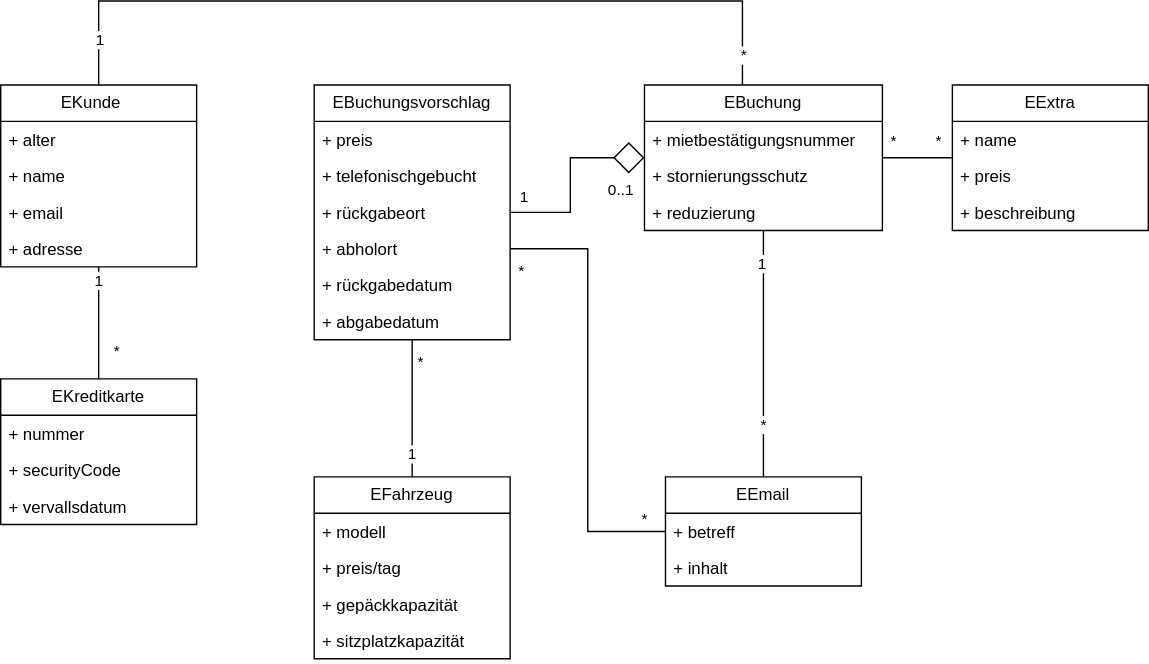
MassimiIiano/software-eng-projects-uni keeps this draw.io diagram as sw-eng-04.drawio.svg. Above is the earlier version. Source tidied: cells renumbered, new cells last; positions are measured from the earlier drawing's top-left corner, leaving out a move shared by most shapes.
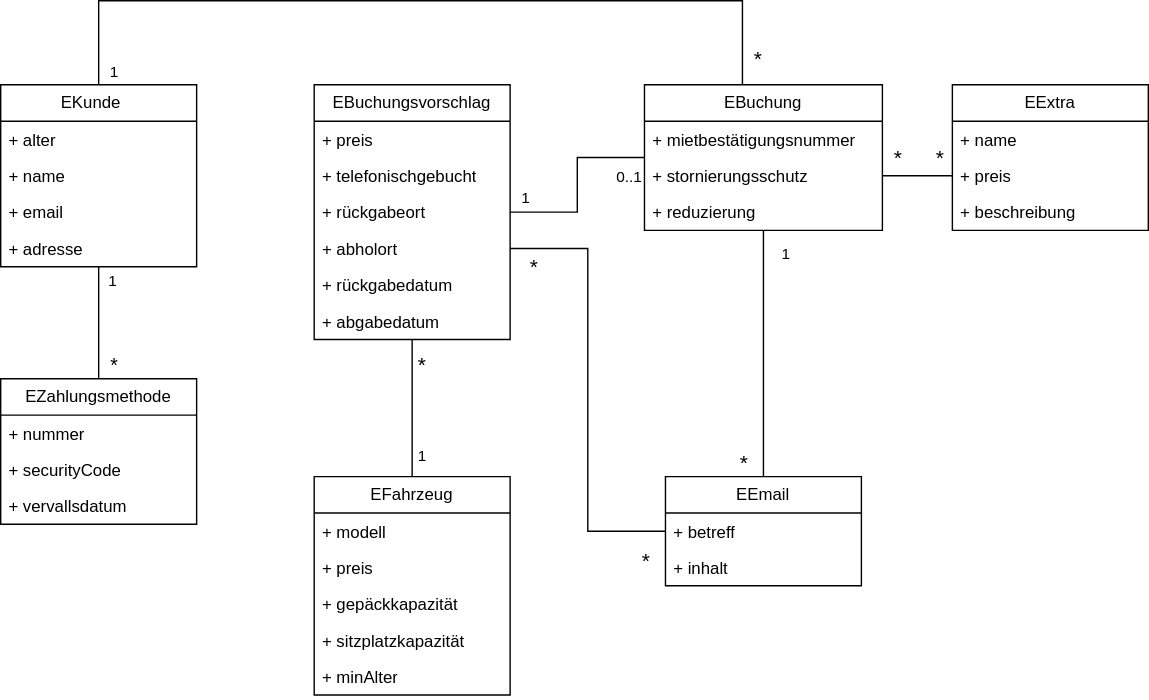
After the commit.

Change to the diagram source:
```diff
@@ -3,11 +3,11 @@
     <mxCell id="0" />
     <mxCell id="1" parent="0" />
     <mxCell id="2" value="1" style="edgeStyle=orthogonalEdgeStyle;rounded=0;jettySize=auto;html=1;endArrow=none;endFill=0;startSize=20;endSize=20;" parent="1" edge="1" source="7" target="12">
-      <mxGeometry x="-0.75" relative="1" as="geometry" />
+      <mxGeometry x="-0.75" y="10" relative="1" as="geometry" />
     </mxCell>
-    <mxCell id="3" value="*" style="edgeLabel;html=1;align=center;verticalAlign=middle;" parent="2" vertex="1">
+    <mxCell id="3" value="&lt;font style=&quot;font-size: 14px;&quot;&gt;*&lt;/font&gt;" style="edgeLabel;html=1;align=center;verticalAlign=middle;" parent="2" vertex="1">
       <mxGeometry x="0.5" y="1" relative="1" as="geometry">
-        <mxPoint x="12" as="offset" />
+        <mxPoint x="9" y="10" as="offset" />
       </mxGeometry>
     </mxCell>
     <mxCell id="4" style="edgeStyle=orthogonalEdgeStyle;shape=connector;rounded=0;jettySize=auto;html=1;strokeColor=default;align=center;verticalAlign=middle;fontFamily=Helvetica;fontSize=11;fontColor=default;labelBackgroundColor=default;endArrow=none;endFill=0;" parent="1" edge="1" source="7" target="31">
@@ -19,10 +19,14 @@
       </mxGeometry>
     </mxCell>
     <mxCell id="5" value="1" style="edgeLabel;html=1;align=center;verticalAlign=middle;fontFamily=Helvetica;fontSize=11;fontColor=default;labelBackgroundColor=default;" parent="4" vertex="1">
-      <mxGeometry x="-0.89" y="-1" relative="1" as="geometry" />
+      <mxGeometry x="-0.89" y="-1" relative="1" as="geometry">
+        <mxPoint x="9" y="22" as="offset" />
+      </mxGeometry>
     </mxCell>
-    <mxCell id="6" value="*" style="edgeLabel;html=1;align=center;verticalAlign=middle;fontFamily=Helvetica;fontSize=11;fontColor=default;labelBackgroundColor=default;" parent="4" vertex="1">
-      <mxGeometry x="0.93" y="1" relative="1" as="geometry" />
+    <mxCell id="6" value="&lt;font style=&quot;font-size: 15px;&quot;&gt;*&lt;/font&gt;" style="edgeLabel;html=1;align=center;verticalAlign=middle;fontFamily=Helvetica;fontSize=11;fontColor=default;labelBackgroundColor=default;" parent="4" vertex="1">
+      <mxGeometry x="0.93" y="1" relative="1" as="geometry">
+        <mxPoint x="9" y="1" as="offset" />
+      </mxGeometry>
     </mxCell>
     <mxCell id="7" value="EKunde&lt;span style=&quot;white-space: pre;&quot;&gt;&#9;&lt;/span&gt;" style="swimlane;fontStyle=0;horizontal=1;startSize=26;fillColor=none;whiteSpace=wrap;html=1;" parent="1" vertex="1">
       <mxGeometry y="60" width="140" height="130" as="geometry" />
@@ -39,7 +43,7 @@
     <mxCell id="11" value="+ adresse" style="text;strokeColor=none;fillColor=none;align=left;verticalAlign=top;spacingLeft=4;spacingRight=4;overflow=hidden;whiteSpace=wrap;html=1;" parent="7" vertex="1">
       <mxGeometry y="104" width="140" height="26" as="geometry" />
     </mxCell>
-    <mxCell id="12" value="EKreditkarte" style="swimlane;fontStyle=0;horizontal=1;startSize=26;fillColor=none;whiteSpace=wrap;html=1;" parent="1" vertex="1">
+    <mxCell id="12" value="EZahlungsmethode" style="swimlane;fontStyle=0;horizontal=1;startSize=26;fillColor=none;whiteSpace=wrap;html=1;" parent="1" vertex="1">
       <mxGeometry y="270" width="140" height="104" as="geometry" />
     </mxCell>
     <mxCell id="13" value="+ nummer" style="text;strokeColor=none;fillColor=none;align=left;verticalAlign=top;spacingLeft=4;spacingRight=4;overflow=hidden;whiteSpace=wrap;html=1;" parent="12" vertex="1">
@@ -76,11 +80,10 @@
       <mxGeometry relative="1" as="geometry" />
     </mxCell>
     <mxCell id="24" value="1" style="edgeLabel;html=1;align=center;verticalAlign=middle;fontFamily=Helvetica;fontSize=11;fontColor=default;labelBackgroundColor=default;" parent="23" vertex="1">
-      <mxGeometry x="0.72" y="1" relative="1" as="geometry" />
+      <mxGeometry x="0.72" y="1" relative="1" as="geometry">
+        <mxPoint x="16" y="-8" as="offset" />
+      </mxGeometry>
     </mxCell>
-    <mxCell id="25" value="*" style="edgeLabel;html=1;align=center;verticalAlign=middle;fontFamily=Helvetica;fontSize=11;fontColor=default;labelBackgroundColor=default;" parent="23" vertex="1">
-      <mxGeometry x="-0.57" relative="1" as="geometry" />
-    </mxCell>
     <mxCell id="26" value="EEmail" style="swimlane;fontStyle=0;horizontal=1;startSize=26;fillColor=none;whiteSpace=wrap;html=1;" parent="1" vertex="1">
       <mxGeometry x="475" y="340" width="140" height="78" as="geometry" />
     </mxCell>
@@ -90,14 +93,6 @@
     <mxCell id="28" value="+ inhalt" style="text;strokeColor=none;fillColor=none;align=left;verticalAlign=top;spacingLeft=4;spacingRight=4;overflow=hidden;whiteSpace=wrap;html=1;" parent="26" vertex="1">
       <mxGeometry y="52" width="140" height="26" as="geometry" />
     </mxCell>
-    <mxCell id="29" value="*" style="edgeStyle=orthogonalEdgeStyle;shape=connector;rounded=0;jettySize=auto;html=1;strokeColor=default;align=center;verticalAlign=middle;fontFamily=Helvetica;fontSize=11;fontColor=default;labelBackgroundColor=default;endArrow=none;endFill=0;" parent="1" edge="1" source="31" target="46">
-      <mxGeometry x="0.6" y="12" relative="1" as="geometry" />
-    </mxCell>
-    <mxCell id="30" value="*" style="edgeLabel;html=1;align=center;verticalAlign=middle;fontFamily=Helvetica;fontSize=11;fontColor=default;labelBackgroundColor=default;" parent="29" vertex="1">
-      <mxGeometry x="-0.7" y="-2" relative="1" as="geometry">
-        <mxPoint y="-14" as="offset" />
-      </mxGeometry>
-    </mxCell>
     <mxCell id="31" value="EBuchung" style="swimlane;fontStyle=0;horizontal=1;startSize=26;fillColor=none;whiteSpace=wrap;html=1;" parent="1" vertex="1">
       <mxGeometry x="460" y="60" width="170" height="104" as="geometry" />
     </mxCell>
@@ -113,36 +108,23 @@
     <mxCell id="35" style="edgeStyle=orthogonalEdgeStyle;shape=connector;rounded=0;jettySize=auto;html=1;strokeColor=default;align=center;verticalAlign=middle;fontFamily=Helvetica;fontSize=11;fontColor=default;labelBackgroundColor=default;endArrow=none;endFill=0;" parent="1" edge="1" source="41" target="16">
       <mxGeometry relative="1" as="geometry" />
     </mxCell>
-    <mxCell id="36" value="*" style="edgeLabel;html=1;align=center;verticalAlign=middle;fontFamily=Helvetica;fontSize=11;fontColor=default;labelBackgroundColor=default;" parent="35" vertex="1">
-      <mxGeometry x="0.68" y="-2" relative="1" as="geometry">
-        <mxPoint x="4" as="offset" />
-      </mxGeometry>
-    </mxCell>
     <mxCell id="37" value="1" style="edgeLabel;html=1;align=center;verticalAlign=middle;fontFamily=Helvetica;fontSize=11;fontColor=default;labelBackgroundColor=default;" parent="35" vertex="1">
-      <mxGeometry x="-0.68" relative="1" as="geometry" />
+      <mxGeometry x="-0.68" relative="1" as="geometry">
+        <mxPoint x="6" as="offset" />
+      </mxGeometry>
     </mxCell>
     <mxCell id="38" value="&lt;div&gt;1&lt;/div&gt;" style="edgeLabel;html=1;align=center;verticalAlign=middle;fontFamily=Helvetica;fontSize=11;fontColor=default;labelBackgroundColor=default;" parent="35" vertex="1">
       <mxGeometry x="0.68" y="-2" relative="1" as="geometry">
         <mxPoint x="78" y="-118" as="offset" />
       </mxGeometry>
     </mxCell>
-    <mxCell id="39" value="*" style="edgeLabel;html=1;align=center;verticalAlign=middle;fontFamily=Helvetica;fontSize=11;fontColor=default;labelBackgroundColor=default;" parent="35" vertex="1">
-      <mxGeometry x="0.68" y="-2" relative="1" as="geometry">
-        <mxPoint x="76" y="-65" as="offset" />
-      </mxGeometry>
-    </mxCell>
-    <mxCell id="40" value="*" style="edgeLabel;html=1;align=center;verticalAlign=middle;fontFamily=Helvetica;fontSize=11;fontColor=default;labelBackgroundColor=default;" parent="35" vertex="1">
-      <mxGeometry x="0.68" y="-2" relative="1" as="geometry">
-        <mxPoint x="164" y="112" as="offset" />
-      </mxGeometry>
-    </mxCell>
     <mxCell id="41" value="EFahrzeug" style="swimlane;fontStyle=0;horizontal=1;startSize=26;fillColor=none;whiteSpace=wrap;html=1;" parent="1" vertex="1">
-      <mxGeometry x="224" y="340" width="140" height="130" as="geometry" />
+      <mxGeometry x="224" y="340" width="140" height="156" as="geometry" />
     </mxCell>
     <mxCell id="42" value="+ modell" style="text;strokeColor=none;fillColor=none;align=left;verticalAlign=top;spacingLeft=4;spacingRight=4;overflow=hidden;whiteSpace=wrap;html=1;" parent="41" vertex="1">
       <mxGeometry y="26" width="140" height="26" as="geometry" />
     </mxCell>
-    <mxCell id="43" value="+ preis/tag" style="text;strokeColor=none;fillColor=none;align=left;verticalAlign=top;spacingLeft=4;spacingRight=4;overflow=hidden;whiteSpace=wrap;html=1;" parent="41" vertex="1">
+    <mxCell id="43" value="+ preis" style="text;strokeColor=none;fillColor=none;align=left;verticalAlign=top;spacingLeft=4;spacingRight=4;overflow=hidden;whiteSpace=wrap;html=1;" parent="41" vertex="1">
       <mxGeometry y="52" width="140" height="26" as="geometry" />
     </mxCell>
     <mxCell id="44" value="+ gepäckkapazität" style="text;strokeColor=none;fillColor=none;align=left;verticalAlign=top;spacingLeft=4;spacingRight=4;overflow=hidden;whiteSpace=wrap;html=1;" parent="41" vertex="1">
@@ -151,6 +133,9 @@
     <mxCell id="45" value="+ sitzplatzkapazität" style="text;strokeColor=none;fillColor=none;align=left;verticalAlign=top;spacingLeft=4;spacingRight=4;overflow=hidden;whiteSpace=wrap;html=1;" parent="41" vertex="1">
       <mxGeometry y="104" width="140" height="26" as="geometry" />
     </mxCell>
+    <mxCell id="53" value="+ minAlter" style="text;strokeColor=none;fillColor=none;align=left;verticalAlign=top;spacingLeft=4;spacingRight=4;overflow=hidden;whiteSpace=wrap;html=1;" parent="41" vertex="1">
+      <mxGeometry y="130" width="140" height="26" as="geometry" />
+    </mxCell>
     <mxCell id="46" value="EExtra" style="swimlane;fontStyle=0;horizontal=1;startSize=26;fillColor=none;whiteSpace=wrap;html=1;" parent="1" vertex="1">
       <mxGeometry x="680" y="60" width="140" height="104" as="geometry" />
     </mxCell>
@@ -163,16 +148,37 @@
     <mxCell id="49" value="+ beschreibung" style="text;strokeColor=none;fillColor=none;align=left;verticalAlign=top;spacingLeft=4;spacingRight=4;overflow=hidden;whiteSpace=wrap;html=1;" parent="46" vertex="1">
       <mxGeometry y="78" width="140" height="26" as="geometry" />
     </mxCell>
-    <mxCell id="50" style="edgeStyle=orthogonalEdgeStyle;rounded=0;jettySize=auto;html=1;endArrow=diamond;endFill=0;endSize=20;" parent="1" edge="1" source="16" target="31">
+    <mxCell id="50" style="edgeStyle=orthogonalEdgeStyle;rounded=0;jettySize=auto;html=1;endArrow=none;endFill=0;endSize=20;" parent="1" edge="1" source="16" target="31">
       <mxGeometry relative="1" as="geometry" />
     </mxCell>
     <mxCell id="51" value="0..1" style="edgeLabel;html=1;align=center;verticalAlign=middle;fontFamily=Helvetica;fontSize=11;fontColor=default;labelBackgroundColor=default;" parent="50" vertex="1">
       <mxGeometry x="-0.15" y="-1" relative="1" as="geometry">
-        <mxPoint x="35" y="-1" as="offset" />
+        <mxPoint x="35" y="-16" as="offset" />
       </mxGeometry>
     </mxCell>
     <mxCell id="52" style="edgeStyle=orthogonalEdgeStyle;rounded=0;jettySize=auto;html=1;exitX=1;exitY=0.5;exitDx=0;exitDy=0;entryX=0;entryY=0.5;entryDx=0;entryDy=0;endArrow=none;endFill=0;" parent="1" edge="1" source="20" target="27">
       <mxGeometry relative="1" as="geometry" />
     </mxCell>
+    <mxCell id="54" value="&lt;font style=&quot;font-size: 15px;&quot;&gt;*&lt;/font&gt;" style="edgeLabel;html=1;align=center;verticalAlign=middle;fontFamily=Helvetica;fontSize=11;fontColor=default;labelBackgroundColor=default;" parent="1" vertex="1">
+      <mxGeometry x="640" y="112" as="geometry" />
+    </mxCell>
+    <mxCell id="55" style="edgeStyle=orthogonalEdgeStyle;rounded=0;jettySize=auto;html=1;entryX=0;entryY=0.5;entryDx=0;entryDy=0;endArrow=none;endFill=0;" parent="1" edge="1" source="33" target="48">
+      <mxGeometry relative="1" as="geometry" />
+    </mxCell>
+    <mxCell id="56" value="&lt;font style=&quot;font-size: 15px;&quot;&gt;*&lt;/font&gt;" style="edgeLabel;html=1;align=center;verticalAlign=middle;fontFamily=Helvetica;fontSize=11;fontColor=default;labelBackgroundColor=default;" parent="1" vertex="1">
+      <mxGeometry x="670" y="112" as="geometry" />
+    </mxCell>
+    <mxCell id="57" value="&lt;font style=&quot;font-size: 15px;&quot;&gt;*&lt;/font&gt;" style="edgeLabel;html=1;align=center;verticalAlign=middle;fontFamily=Helvetica;fontSize=11;fontColor=default;labelBackgroundColor=default;" parent="1" vertex="1">
+      <mxGeometry x="380" y="190" as="geometry" />
+    </mxCell>
+    <mxCell id="58" value="&lt;font style=&quot;font-size: 15px;&quot;&gt;*&lt;/font&gt;" style="edgeLabel;html=1;align=center;verticalAlign=middle;fontFamily=Helvetica;fontSize=11;fontColor=default;labelBackgroundColor=default;" parent="1" vertex="1">
+      <mxGeometry x="530" y="330" as="geometry" />
+    </mxCell>
+    <mxCell id="59" value="&lt;font style=&quot;font-size: 15px;&quot;&gt;*&lt;/font&gt;" style="edgeLabel;html=1;align=center;verticalAlign=middle;fontFamily=Helvetica;fontSize=11;fontColor=default;labelBackgroundColor=default;" parent="1" vertex="1">
+      <mxGeometry x="460" y="400" as="geometry" />
+    </mxCell>
+    <mxCell id="60" value="&lt;font style=&quot;font-size: 15px;&quot;&gt;*&lt;/font&gt;" style="edgeLabel;html=1;align=center;verticalAlign=middle;fontFamily=Helvetica;fontSize=11;fontColor=default;labelBackgroundColor=default;" parent="1" vertex="1">
+      <mxGeometry x="300" y="260" as="geometry" />
+    </mxCell>
   </root>
 </mxGraphModel>
```
